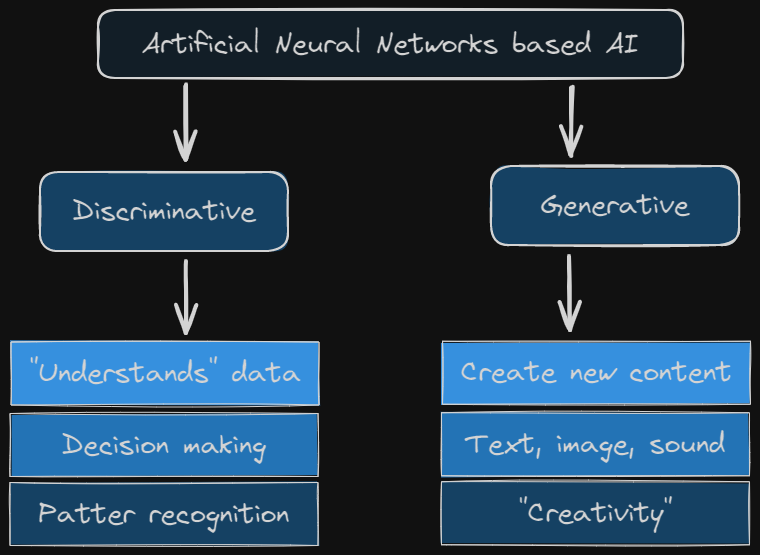
The Excalidraw diagram drawings/disc-vs-gen.excalidraw.png in maciejmalecki/py4java, before a commit. Source tidied: one line per element, renumbered; positions are measured from the earlier drawing's top-left corner, leaving out a move shared by most shapes. Source of this version:
```json
{"id": 0, "type": "rectangle", "strokeColor": "#1e1e1e", "backgroundColor": "#a5d8ff", "fillStyle": "solid", "strokeWidth": 2, "roughness": 1, "round": true, "x": 30, "y": 162, "width": 248, "height": 79}
{"id": 1, "type": "text", "text": "Discriminative", "strokeColor": "#1e1e1e", "backgroundColor": "#b2f2bb", "fillStyle": "solid", "strokeWidth": 2, "roughness": 1, "fontSize": 28, "fontFamily": 1, "textAlign": "center", "verticalAlign": "middle", "inside": 0, "x": 63, "y": 184, "width": 183, "height": 35}
{"id": 2, "type": "rectangle", "strokeColor": "#1e1e1e", "backgroundColor": "#a5d8ff", "fillStyle": "solid", "strokeWidth": 2, "roughness": 1, "round": true, "x": 481, "y": 156, "width": 248, "height": 79}
{"id": 3, "type": "text", "text": "Generative", "strokeColor": "#1e1e1e", "backgroundColor": "#b2f2bb", "fillStyle": "solid", "strokeWidth": 2, "roughness": 1, "fontSize": 28, "fontFamily": 1, "textAlign": "center", "verticalAlign": "middle", "inside": 2, "x": 531, "y": 178, "width": 148, "height": 35}
{"id": 4, "type": "rectangle", "strokeColor": "#1e1e1e", "backgroundColor": "#e7f5ff", "fillStyle": "solid", "strokeWidth": 2, "roughness": 1, "round": true, "x": 88, "y": 0, "width": 585, "height": 68}
{"id": 5, "type": "text", "text": "Artificial Neural Networks based AI", "strokeColor": "#1e1e1e", "backgroundColor": "#b2f2bb", "fillStyle": "solid", "strokeWidth": 2, "roughness": 1, "fontSize": 28, "fontFamily": 1, "textAlign": "center", "verticalAlign": "middle", "inside": 4, "x": 132, "y": 16, "width": 497, "height": 35}
{"id": 6, "type": "arrow", "strokeColor": "#1e1e1e", "backgroundColor": "#a5d8ff", "fillStyle": "solid", "strokeWidth": 4, "roughness": 1, "endArrowhead": "arrow", "round": true, "from": 4, "to": 0, "x": 175, "y": 75, "width": 1, "height": 75, "points": [[0, 0], [1, 75]]}
{"id": 7, "type": "arrow", "strokeColor": "#1e1e1e", "backgroundColor": "#a5d8ff", "fillStyle": "solid", "strokeWidth": 4, "roughness": 1, "endArrowhead": "arrow", "round": true, "from": 4, "to": 2, "x": 562, "y": 77, "width": 1, "height": 68, "points": [[0, 0], [-1, 68]]}
{"id": 8, "type": "rectangle", "strokeColor": "#1e1e1e", "backgroundColor": "#228be6", "fillStyle": "solid", "strokeWidth": 1, "roughness": 1, "x": 1, "y": 332, "width": 308, "height": 63}
{"id": 9, "type": "text", "text": "\"Understands\" data", "strokeColor": "#1e1e1e", "backgroundColor": "#868e96", "fillStyle": "solid", "strokeWidth": 4, "roughness": 1, "fontSize": 28, "fontFamily": 1, "textAlign": "center", "verticalAlign": "middle", "inside": 8, "x": 19, "y": 346, "width": 272, "height": 35}
{"id": 10, "type": "rectangle", "strokeColor": "#1e1e1e", "backgroundColor": "#4dabf7", "fillStyle": "solid", "strokeWidth": 1, "roughness": 1, "x": 0, "y": 404, "width": 308, "height": 63}
{"id": 11, "type": "text", "text": "Decision making", "strokeColor": "#1e1e1e", "backgroundColor": "#868e96", "fillStyle": "solid", "strokeWidth": 4, "roughness": 1, "fontSize": 28, "fontFamily": 1, "textAlign": "center", "verticalAlign": "middle", "inside": 10, "x": 52, "y": 418, "width": 205, "height": 35}
{"id": 12, "type": "rectangle", "strokeColor": "#1e1e1e", "backgroundColor": "#a5d8ff", "fillStyle": "solid", "strokeWidth": 1, "roughness": 1, "x": 0, "y": 472, "width": 308, "height": 63}
{"id": 13, "type": "text", "text": "Patter recognition", "strokeColor": "#1e1e1e", "backgroundColor": "#868e96", "fillStyle": "solid", "strokeWidth": 4, "roughness": 1, "fontSize": 28, "fontFamily": 1, "textAlign": "center", "verticalAlign": "middle", "inside": 12, "x": 29, "y": 486, "width": 251, "height": 35}
{"id": 14, "type": "arrow", "strokeColor": "#1e1e1e", "backgroundColor": "#a5d8ff", "fillStyle": "solid", "strokeWidth": 4, "roughness": 1, "endArrowhead": "arrow", "from": 0, "to": 8, "x": 176, "y": 251, "width": 0, "height": 72, "points": [[0, 0], [0, 72]]}
{"id": 15, "type": "rectangle", "strokeColor": "#1e1e1e", "backgroundColor": "#228be6", "fillStyle": "solid", "strokeWidth": 1, "roughness": 1, "x": 432, "y": 331, "width": 308, "height": 63}
{"id": 16, "type": "text", "text": "Create new content", "strokeColor": "#1e1e1e", "backgroundColor": "#868e96", "fillStyle": "solid", "strokeWidth": 4, "roughness": 1, "fontSize": 28, "fontFamily": 1, "textAlign": "center", "verticalAlign": "middle", "inside": 15, "x": 451, "y": 345, "width": 271, "height": 35}
{"id": 17, "type": "rectangle", "strokeColor": "#1e1e1e", "backgroundColor": "#4dabf7", "fillStyle": "solid", "strokeWidth": 1, "roughness": 1, "x": 432, "y": 403, "width": 308, "height": 63}
{"id": 18, "type": "text", "text": "Text, image, sound", "strokeColor": "#1e1e1e", "backgroundColor": "#868e96", "fillStyle": "solid", "strokeWidth": 4, "roughness": 1, "fontSize": 28, "fontFamily": 1, "textAlign": "center", "verticalAlign": "middle", "inside": 17, "x": 456, "y": 417, "width": 259, "height": 35}
{"id": 19, "type": "rectangle", "strokeColor": "#1e1e1e", "backgroundColor": "#a5d8ff", "fillStyle": "solid", "strokeWidth": 1, "roughness": 1, "x": 432, "y": 472, "width": 308, "height": 63}
{"id": 20, "type": "text", "text": "\"Creativity\"", "strokeColor": "#1e1e1e", "backgroundColor": "#868e96", "fillStyle": "solid", "strokeWidth": 4, "roughness": 1, "fontSize": 28, "fontFamily": 1, "textAlign": "center", "verticalAlign": "middle", "inside": 19, "x": 508, "y": 486, "width": 154, "height": 35}
{"id": 21, "type": "arrow", "strokeColor": "#1e1e1e", "backgroundColor": "#a5d8ff", "fillStyle": "solid", "strokeWidth": 4, "roughness": 1, "endArrowhead": "arrow", "from": 2, "to": 15, "x": 559, "y": 246, "width": 1, "height": 74, "points": [[0, 0], [1, 74]]}
```
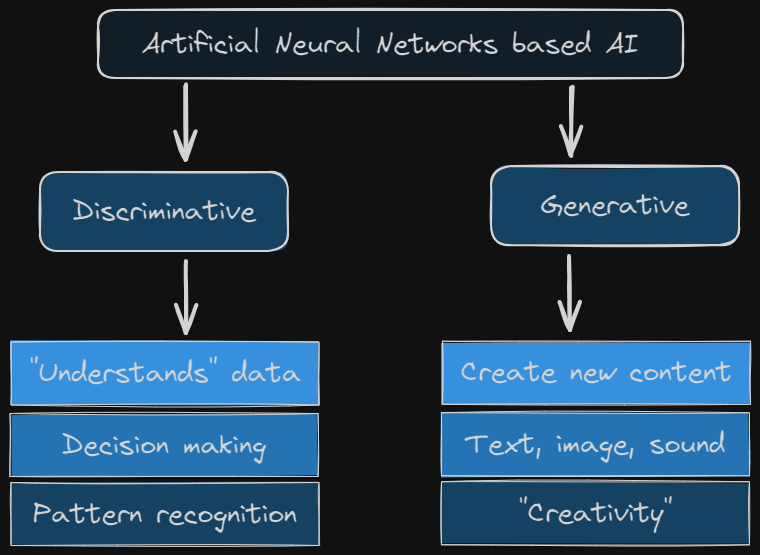
After the commit.

Diff of the diagram source:
```diff
@@ -10,8 +10,8 @@
 {"id": 9, "type": "text", "text": "\"Understands\" data", "strokeColor": "#1e1e1e", "backgroundColor": "#868e96", "fillStyle": "solid", "strokeWidth": 4, "roughness": 1, "fontSize": 28, "fontFamily": 1, "textAlign": "center", "verticalAlign": "middle", "inside": 8, "x": 19, "y": 346, "width": 272, "height": 35}
 {"id": 10, "type": "rectangle", "strokeColor": "#1e1e1e", "backgroundColor": "#4dabf7", "fillStyle": "solid", "strokeWidth": 1, "roughness": 1, "x": 0, "y": 404, "width": 308, "height": 63}
 {"id": 11, "type": "text", "text": "Decision making", "strokeColor": "#1e1e1e", "backgroundColor": "#868e96", "fillStyle": "solid", "strokeWidth": 4, "roughness": 1, "fontSize": 28, "fontFamily": 1, "textAlign": "center", "verticalAlign": "middle", "inside": 10, "x": 52, "y": 418, "width": 205, "height": 35}
-{"id": 12, "type": "rectangle", "strokeColor": "#1e1e1e", "backgroundColor": "#a5d8ff", "fillStyle": "solid", "strokeWidth": 1, "roughness": 1, "x": 0, "y": 472, "width": 308, "height": 63}
+{"id": 12, "type": "rectangle", "strokeColor": "#1e1e1e", "backgroundColor": "#a5d8ff", "fillStyle": "solid", "strokeWidth": 1, "roughness": 1, "x": 1, "y": 472, "width": 308, "height": 63}
-{"id": 13, "type": "text", "text": "Patter recognition", "strokeColor": "#1e1e1e", "backgroundColor": "#868e96", "fillStyle": "solid", "strokeWidth": 4, "roughness": 1, "fontSize": 28, "fontFamily": 1, "textAlign": "center", "verticalAlign": "middle", "inside": 12, "x": 29, "y": 486, "width": 251, "height": 35}
+{"id": 13, "type": "text", "text": "Pattern recognition", "strokeColor": "#1e1e1e", "backgroundColor": "#868e96", "fillStyle": "solid", "strokeWidth": 4, "roughness": 1, "fontSize": 28, "fontFamily": 1, "textAlign": "center", "verticalAlign": "middle", "inside": 12, "x": 23, "y": 486, "width": 264, "height": 35}
 {"id": 14, "type": "arrow", "strokeColor": "#1e1e1e", "backgroundColor": "#a5d8ff", "fillStyle": "solid", "strokeWidth": 4, "roughness": 1, "endArrowhead": "arrow", "from": 0, "to": 8, "x": 176, "y": 251, "width": 0, "height": 72, "points": [[0, 0], [0, 72]]}
 {"id": 15, "type": "rectangle", "strokeColor": "#1e1e1e", "backgroundColor": "#228be6", "fillStyle": "solid", "strokeWidth": 1, "roughness": 1, "x": 432, "y": 331, "width": 308, "height": 63}
 {"id": 16, "type": "text", "text": "Create new content", "strokeColor": "#1e1e1e", "backgroundColor": "#868e96", "fillStyle": "solid", "strokeWidth": 4, "roughness": 1, "fontSize": 28, "fontFamily": 1, "textAlign": "center", "verticalAlign": "middle", "inside": 15, "x": 451, "y": 345, "width": 271, "height": 35}
```
